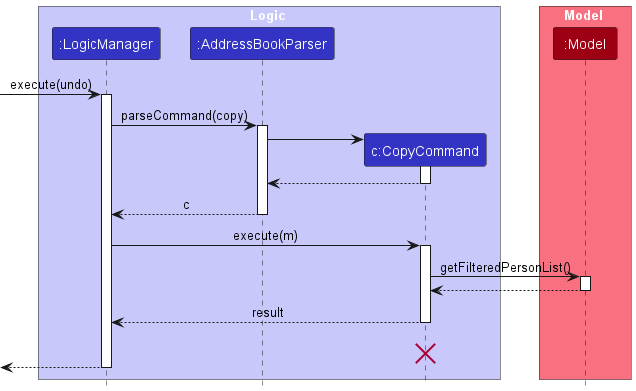
This is docs/images/CopySequenceDiagram-Logic.png from xuwen-ho/tp, a PlantUML export, as it was before one commit. Source of this version:
```plantuml
@startuml
!include style.puml
skinparam ArrowFontStyle plain

box Logic LOGIC_COLOR_T1
participant ":LogicManager" as LogicManager LOGIC_COLOR
participant ":AddressBookParser" as AddressBookParser LOGIC_COLOR
participant "c:CopyCommand" as CopyCommand LOGIC_COLOR
end box

box Model MODEL_COLOR_T1
participant ":Model" as Model MODEL_COLOR
end box
[-> LogicManager : execute(undo)
activate LogicManager

LogicManager -> AddressBookParser : parseCommand(copy)
activate AddressBookParser

create CopyCommand
AddressBookParser -> CopyCommand
activate CopyCommand

CopyCommand --> AddressBookParser
deactivate CopyCommand

AddressBookParser --> LogicManager : c
deactivate AddressBookParser

LogicManager -> CopyCommand : execute(m)
activate CopyCommand

CopyCommand -> Model : getFilteredPersonList()
activate Model

Model --> CopyCommand
deactivate Model

CopyCommand --> LogicManager : result
deactivate CopyCommand
CopyCommand -[hidden]-> LogicManager : result
destroy CopyCommand

[<--LogicManager
deactivate LogicManager
@enduml
```
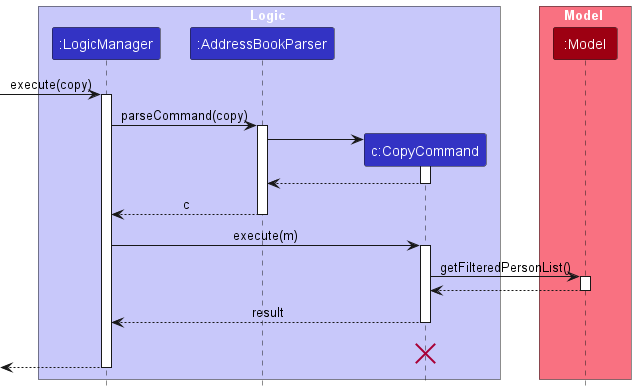
The same file after the commit.

Commit message:
Edit Developer Guide

Changed the execute(undo) label in a sequence diagram

Diagram was for the copy command, so executing undo was the wrong label

Lets make sure our labels are correct

Diff of the diagram source:
```diff
@@ -11,7 +11,7 @@
 box Model MODEL_COLOR_T1
 participant ":Model" as Model MODEL_COLOR
 end box
-[-> LogicManager : execute(undo)
+[-> LogicManager : execute(copy)
 activate LogicManager
 
 LogicManager -> AddressBookParser : parseCommand(copy)
```
